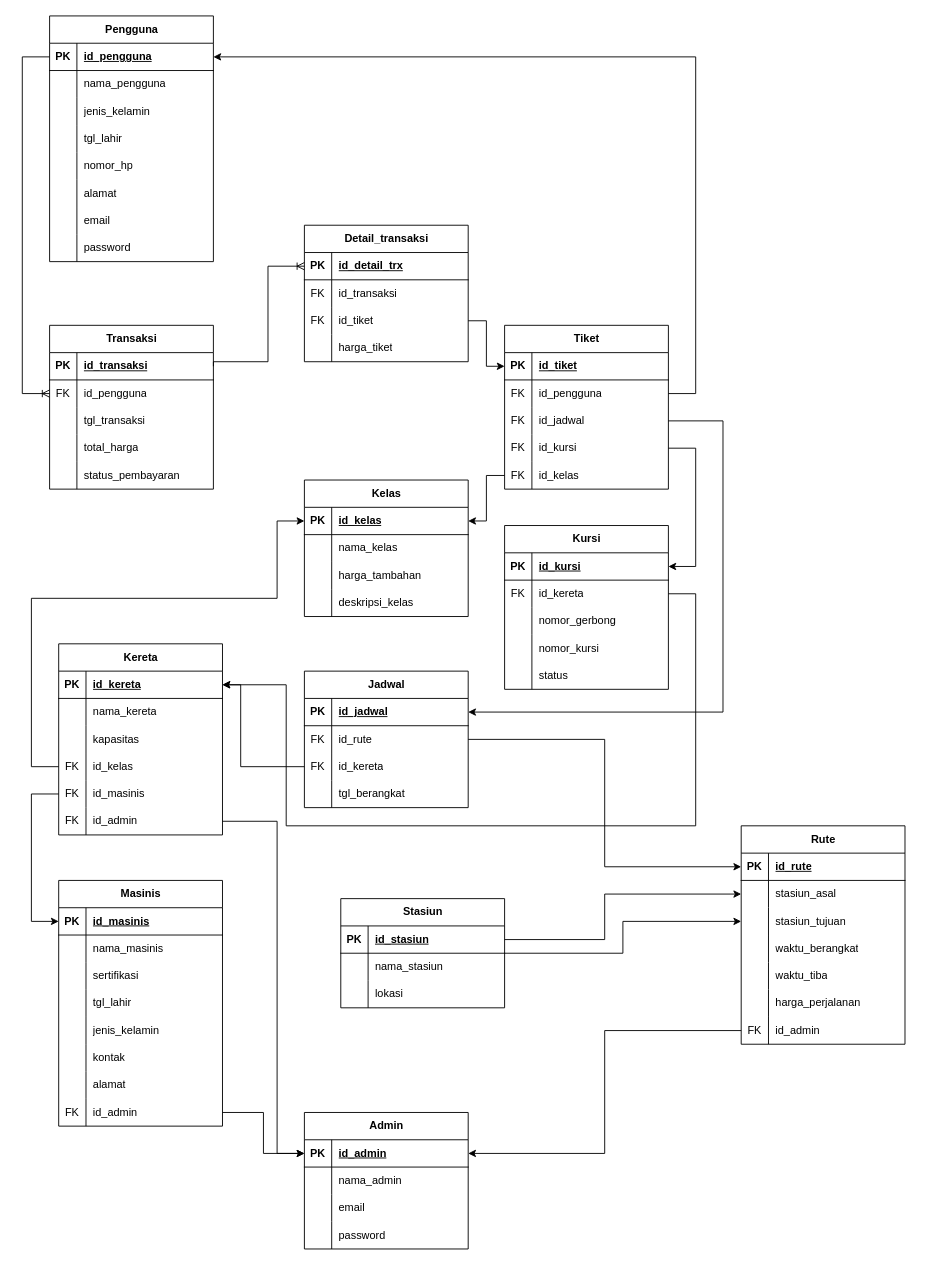
Earlier version of the draw.io diagram page "PDM" (2 of 2) of PraktikumBasis_Modul5.drawio (elikawicaksana/praktikum-basis-data). Source tidied: cells renumbered, new cells numbered last; positions are measured from the earlier drawing's top-left corner, leaving out a move shared by most shapes. Both pictures are drawn from the tidied source at 91%, with x=0, y=0 at pixel (22, 15).
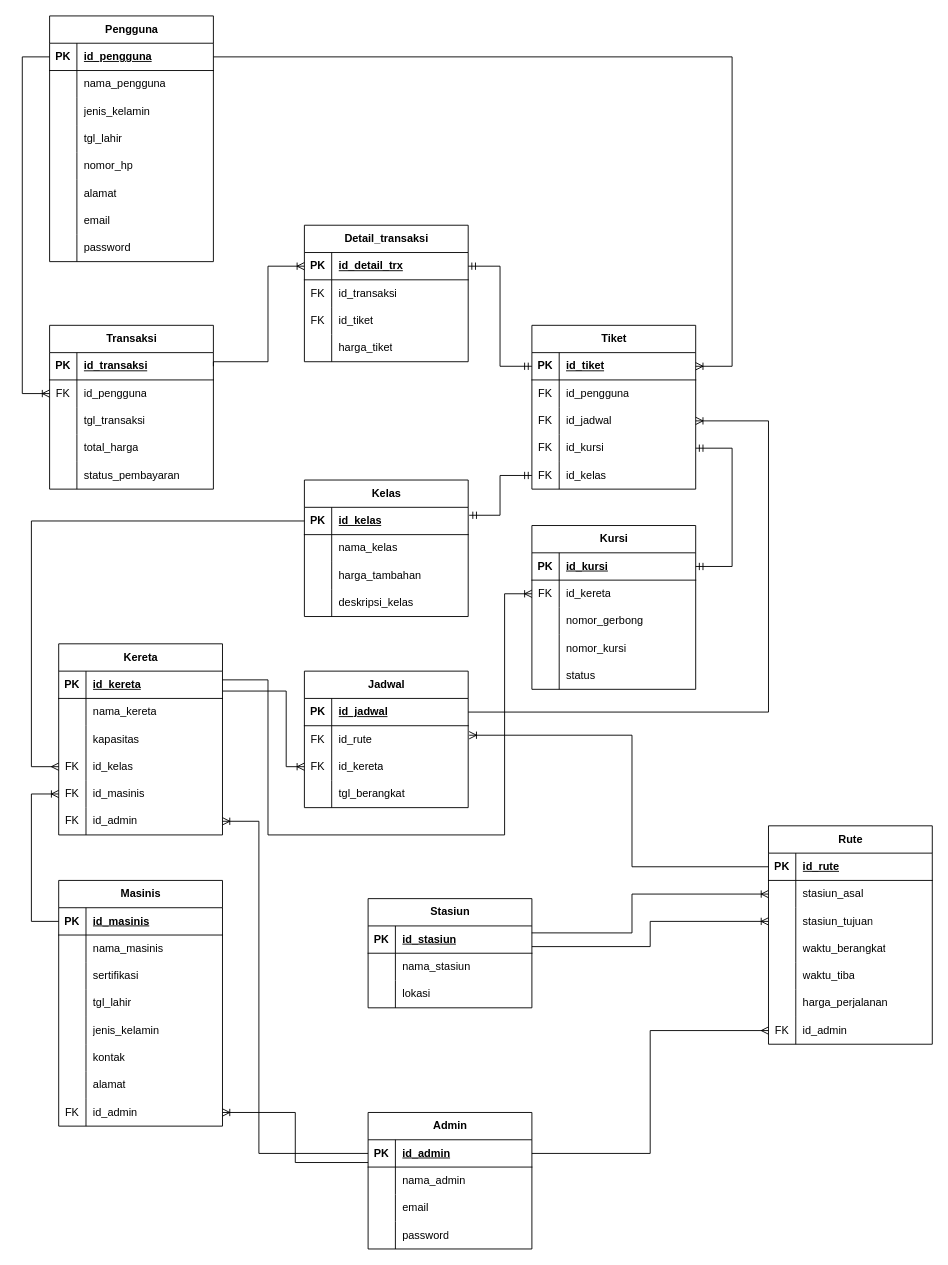
The same page after the edit.

Unchanged cells that the change refers to:
```xml
<mxCell id="3" style="shape=tableRow;horizontal=0;startSize=0;swimlaneHead=0;swimlaneBody=0;fillColor=none;points=[[0,0.5],[1,0.5]];portConstraint=eastwest;top=0;left=0;right=0;bottom=1;" parent="2" vertex="1">
<mxCell id="28" style="shape=tableRow;horizontal=0;startSize=0;swimlaneHead=0;swimlaneBody=0;fillColor=none;points=[[0,0.5],[1,0.5]];portConstraint=eastwest;top=0;left=0;right=0;bottom=1;" parent="27" vertex="1">
<mxCell id="41" style="shape=tableRow;horizontal=0;startSize=0;swimlaneHead=0;swimlaneBody=0;fillColor=none;points=[[0,0.5],[1,0.5]];portConstraint=eastwest;top=0;left=0;right=0;bottom=1;" parent="40" vertex="1">
<mxCell id="54" style="shape=tableRow;horizontal=0;startSize=0;swimlaneHead=0;swimlaneBody=0;fillColor=none;points=[[0,0.5],[1,0.5]];portConstraint=eastwest;top=0;left=0;right=0;bottom=1;" parent="53" vertex="1">
<mxCell id="63" style="shape=tableRow;horizontal=0;startSize=0;swimlaneHead=0;swimlaneBody=0;fillColor=none;points=[[0,0.5],[1,0.5]];portConstraint=eastwest;top=0;left=0;right=0;bottom=0;" parent="53" vertex="1">
<mxCell id="66" style="shape=tableRow;horizontal=0;startSize=0;swimlaneHead=0;swimlaneBody=0;fillColor=none;points=[[0,0.5],[1,0.5]];portConstraint=eastwest;top=0;left=0;right=0;bottom=0;" parent="53" vertex="1">
<mxCell id="69" style="shape=tableRow;horizontal=0;startSize=0;swimlaneHead=0;swimlaneBody=0;fillColor=none;points=[[0,0.5],[1,0.5]];portConstraint=eastwest;top=0;left=0;right=0;bottom=0;" parent="53" vertex="1">
<mxCell id="73" style="shape=tableRow;horizontal=0;startSize=0;swimlaneHead=0;swimlaneBody=0;fillColor=none;points=[[0,0.5],[1,0.5]];portConstraint=eastwest;top=0;left=0;right=0;bottom=1;" parent="72" vertex="1">
<mxCell id="94" style="shape=tableRow;horizontal=0;startSize=0;swimlaneHead=0;swimlaneBody=0;fillColor=none;points=[[0,0.5],[1,0.5]];portConstraint=eastwest;top=0;left=0;right=0;bottom=0;" parent="72" vertex="1">
<mxCell id="98" style="shape=tableRow;horizontal=0;startSize=0;swimlaneHead=0;swimlaneBody=0;fillColor=none;points=[[0,0.5],[1,0.5]];portConstraint=eastwest;top=0;left=0;right=0;bottom=1;" parent="97" vertex="1">
<mxCell id="108" style="shape=tableRow;horizontal=0;startSize=0;swimlaneHead=0;swimlaneBody=0;fillColor=none;points=[[0,0.5],[1,0.5]];portConstraint=eastwest;top=0;left=0;right=0;bottom=1;" parent="107" vertex="1">
<mxCell id="111" style="shape=tableRow;horizontal=0;startSize=0;swimlaneHead=0;swimlaneBody=0;fillColor=none;points=[[0,0.5],[1,0.5]];portConstraint=eastwest;top=0;left=0;right=0;bottom=0;" parent="107" vertex="1">
<mxCell id="114" style="shape=tableRow;horizontal=0;startSize=0;swimlaneHead=0;swimlaneBody=0;fillColor=none;points=[[0,0.5],[1,0.5]];portConstraint=eastwest;top=0;left=0;right=0;bottom=0;" parent="107" vertex="1">
<mxCell id="126" style="shape=tableRow;horizontal=0;startSize=0;swimlaneHead=0;swimlaneBody=0;fillColor=none;points=[[0,0.5],[1,0.5]];portConstraint=eastwest;top=0;left=0;right=0;bottom=0;" parent="107" vertex="1">
<mxCell id="130" style="shape=tableRow;horizontal=0;startSize=0;swimlaneHead=0;swimlaneBody=0;fillColor=none;points=[[0,0.5],[1,0.5]];portConstraint=eastwest;top=0;left=0;right=0;bottom=1;" parent="129" vertex="1">
<mxCell id="133" style="shape=tableRow;horizontal=0;startSize=0;swimlaneHead=0;swimlaneBody=0;fillColor=none;points=[[0,0.5],[1,0.5]];portConstraint=eastwest;top=0;left=0;right=0;bottom=0;" parent="129" vertex="1">
<mxCell id="146" style="shape=tableRow;horizontal=0;startSize=0;swimlaneHead=0;swimlaneBody=0;fillColor=none;points=[[0,0.5],[1,0.5]];portConstraint=eastwest;top=0;left=0;right=0;bottom=1;" parent="145" vertex="1">
<mxCell id="149" style="shape=tableRow;horizontal=0;startSize=0;swimlaneHead=0;swimlaneBody=0;fillColor=none;points=[[0,0.5],[1,0.5]];portConstraint=eastwest;top=0;left=0;right=0;bottom=0;" parent="145" vertex="1">
<mxCell id="162" style="shape=tableRow;horizontal=0;startSize=0;swimlaneHead=0;swimlaneBody=0;fillColor=none;points=[[0,0.5],[1,0.5]];portConstraint=eastwest;top=0;left=0;right=0;bottom=1;" parent="161" vertex="1">
<mxCell id="168" style="shape=tableRow;horizontal=0;startSize=0;swimlaneHead=0;swimlaneBody=0;fillColor=none;points=[[0,0.5],[1,0.5]];portConstraint=eastwest;top=0;left=0;right=0;bottom=0;" parent="161" vertex="1">
<mxCell id="175" style="shape=tableRow;horizontal=0;startSize=0;swimlaneHead=0;swimlaneBody=0;fillColor=none;points=[[0,0.5],[1,0.5]];portConstraint=eastwest;top=0;left=0;right=0;bottom=1;" parent="174" vertex="1">
<mxCell id="178" style="shape=tableRow;horizontal=0;startSize=0;swimlaneHead=0;swimlaneBody=0;fillColor=none;points=[[0,0.5],[1,0.5]];portConstraint=eastwest;top=0;left=0;right=0;bottom=0;" parent="174" vertex="1">
<mxCell id="181" style="shape=tableRow;horizontal=0;startSize=0;swimlaneHead=0;swimlaneBody=0;fillColor=none;points=[[0,0.5],[1,0.5]];portConstraint=eastwest;top=0;left=0;right=0;bottom=0;" parent="174" vertex="1">
<mxCell id="184" style="shape=tableRow;horizontal=0;startSize=0;swimlaneHead=0;swimlaneBody=0;fillColor=none;points=[[0,0.5],[1,0.5]];portConstraint=eastwest;top=0;left=0;right=0;bottom=0;" parent="174" vertex="1">
<mxCell id="187" style="shape=tableRow;horizontal=0;startSize=0;swimlaneHead=0;swimlaneBody=0;fillColor=none;points=[[0,0.5],[1,0.5]];portConstraint=eastwest;top=0;left=0;right=0;bottom=0;" parent="174" vertex="1">
<mxCell id="191" style="shape=tableRow;horizontal=0;startSize=0;swimlaneHead=0;swimlaneBody=0;fillColor=none;points=[[0,0.5],[1,0.5]];portConstraint=eastwest;top=0;left=0;right=0;bottom=1;" parent="190" vertex="1">
<mxCell id="194" style="shape=tableRow;horizontal=0;startSize=0;swimlaneHead=0;swimlaneBody=0;fillColor=none;points=[[0,0.5],[1,0.5]];portConstraint=eastwest;top=0;left=0;right=0;bottom=0;" parent="190" vertex="1">
<mxCell id="197" style="shape=tableRow;horizontal=0;startSize=0;swimlaneHead=0;swimlaneBody=0;fillColor=none;points=[[0,0.5],[1,0.5]];portConstraint=eastwest;top=0;left=0;right=0;bottom=0;" parent="190" vertex="1">
```

What changed in the source:
```diff
@@
     <mxCell id="27" value="Admin" style="shape=table;startSize=30;childLayout=tableLayout;rowLines=0;fontStyle=1;align=center;html=1;" parent="1" vertex="1">
-      <mxGeometry x="310" y="1205" width="180" height="150" as="geometry" />
+      <mxGeometry x="380" y="1205" width="180" height="150" as="geometry" />
     </mxCell>
@@
     <mxCell id="97" value="Stasiun" style="shape=table;startSize=30;childLayout=tableLayout;rowLines=0;fontStyle=1;align=center;html=1;" parent="1" vertex="1">
-      <mxGeometry x="350" y="970" width="180" height="120" as="geometry" />
+      <mxGeometry x="380" y="970" width="180" height="120" as="geometry" />
     </mxCell>
@@
     <mxCell id="107" value="Rute" style="shape=table;startSize=30;childLayout=tableLayout;rowLines=0;fontStyle=1;align=center;html=1;" parent="1" vertex="1">
-      <mxGeometry x="790" y="890" width="180" height="240" as="geometry" />
+      <mxGeometry x="820" y="890" width="180" height="240" as="geometry" />
     </mxCell>
@@
     <mxCell id="129" value="Kursi" style="shape=table;startSize=30;childLayout=tableLayout;rowLines=0;fontStyle=1;align=center;html=1;" parent="1" vertex="1">
-      <mxGeometry x="530" y="560" width="180" height="180" as="geometry" />
+      <mxGeometry x="560" y="560" width="180" height="180" as="geometry" />
     </mxCell>
@@
     <mxCell id="174" value="Tiket" style="shape=table;startSize=30;childLayout=tableLayout;rowLines=0;fontStyle=1;align=center;html=1;" parent="1" vertex="1">
-      <mxGeometry x="530" y="340" width="180" height="180" as="geometry" />
+      <mxGeometry x="560" y="340" width="180" height="180" as="geometry" />
     </mxCell>
@@
-    <mxCell id="203" style="edgeStyle=orthogonalEdgeStyle;rounded=0;jettySize=auto;html=1;entryX=0;entryY=0.5;entryDx=0;entryDy=0;" parent="1" edge="1" source="168" target="175">
-      <mxGeometry relative="1" as="geometry" />
-    </mxCell>
-    <mxCell id="204" style="edgeStyle=orthogonalEdgeStyle;rounded=0;jettySize=auto;html=1;entryX=1;entryY=0.5;entryDx=0;entryDy=0;" parent="1" edge="1" source="178" target="3">
-      <mxGeometry relative="1" as="geometry">
-        <Array as="points">
-          <mxPoint x="740" y="415" />
-          <mxPoint x="740" y="45" />
-        </Array>
-      </mxGeometry>
-    </mxCell>
-    <mxCell id="205" style="edgeStyle=orthogonalEdgeStyle;rounded=0;jettySize=auto;html=1;entryX=1;entryY=0.5;entryDx=0;entryDy=0;" parent="1" edge="1" source="181" target="191">
-      <mxGeometry relative="1" as="geometry">
-        <Array as="points">
-          <mxPoint x="770" y="445" />
-          <mxPoint x="770" y="765" />
-        </Array>
-      </mxGeometry>
-    </mxCell>
-    <mxCell id="206" style="edgeStyle=orthogonalEdgeStyle;rounded=0;jettySize=auto;html=1;entryX=1;entryY=0.5;entryDx=0;entryDy=0;" parent="1" edge="1" source="184" target="130">
-      <mxGeometry relative="1" as="geometry">
-        <Array as="points">
-          <mxPoint x="740" y="475" />
-          <mxPoint x="740" y="605" />
-        </Array>
-      </mxGeometry>
-    </mxCell>
-    <mxCell id="207" style="edgeStyle=orthogonalEdgeStyle;rounded=0;jettySize=auto;html=1;entryX=1;entryY=0.5;entryDx=0;entryDy=0;" parent="1" edge="1" source="187" target="41">
-      <mxGeometry relative="1" as="geometry" />
-    </mxCell>
-    <mxCell id="208" style="edgeStyle=orthogonalEdgeStyle;rounded=0;jettySize=auto;html=1;exitX=0;exitY=0.5;exitDx=0;exitDy=0;entryX=1;entryY=0.5;entryDx=0;entryDy=0;" parent="1" edge="1" source="197" target="54">
-      <mxGeometry relative="1" as="geometry">
-        <Array as="points">
-          <mxPoint x="240" y="825" />
-          <mxPoint x="240" y="735" />
-        </Array>
-      </mxGeometry>
-    </mxCell>
-    <mxCell id="209" style="edgeStyle=orthogonalEdgeStyle;rounded=0;jettySize=auto;html=1;entryX=0;entryY=0.5;entryDx=0;entryDy=0;" parent="1" edge="1" source="66" target="73">
-      <mxGeometry relative="1" as="geometry">
-        <Array as="points">
-          <mxPoint x="10" y="855" />
-          <mxPoint x="10" y="995" />
-        </Array>
-      </mxGeometry>
-    </mxCell>
-    <mxCell id="210" style="edgeStyle=orthogonalEdgeStyle;rounded=0;jettySize=auto;html=1;entryX=0;entryY=0.5;entryDx=0;entryDy=0;" parent="1" edge="1" source="63" target="41">
-      <mxGeometry relative="1" as="geometry">
-        <Array as="points">
-          <mxPoint x="10" y="825" />
-          <mxPoint x="10" y="640" />
-          <mxPoint x="280" y="640" />
-          <mxPoint x="280" y="555" />
-        </Array>
-      </mxGeometry>
-    </mxCell>
-    <mxCell id="211" style="edgeStyle=orthogonalEdgeStyle;rounded=0;jettySize=auto;html=1;entryX=0;entryY=0.5;entryDx=0;entryDy=0;" parent="1" edge="1" source="194" target="108">
-      <mxGeometry relative="1" as="geometry" />
-    </mxCell>
+    <mxCell id="218" style="edgeStyle=orthogonalEdgeStyle;fontSize=12;html=1;endArrow=ERoneToMany;rounded=0;exitX=0;exitY=0.5;exitDx=0;exitDy=0;entryX=0;entryY=0.5;entryDx=0;entryDy=0;" parent="1" edge="1" source="3" target="149">
+      <mxGeometry relative="1" as="geometry">
+        <Array as="points">
+          <mxPoint y="45" />
+          <mxPoint y="415" />
+        </Array>
+      </mxGeometry>
+    </mxCell>
+    <mxCell id="219" style="edgeStyle=orthogonalEdgeStyle;fontSize=12;html=1;endArrow=ERoneToMany;rounded=0;exitX=1;exitY=0.5;exitDx=0;exitDy=0;entryX=0;entryY=0.5;entryDx=0;entryDy=0;" parent="1" edge="1" source="146" target="162">
+      <mxGeometry relative="1" as="geometry">
+        <Array as="points">
+          <mxPoint x="210" y="380" />
+          <mxPoint x="270" y="380" />
+          <mxPoint x="270" y="275" />
+        </Array>
+      </mxGeometry>
+    </mxCell>
+    <mxCell id="220" style="edgeStyle=orthogonalEdgeStyle;fontSize=12;html=1;endArrow=ERmandOne;startArrow=ERmandOne;rounded=0;entryX=0;entryY=0.5;entryDx=0;entryDy=0;exitX=1;exitY=0.5;exitDx=0;exitDy=0;" parent="1" edge="1" source="162" target="175">
+      <mxGeometry relative="1" as="geometry" />
+    </mxCell>
+    <mxCell id="221" style="edgeStyle=orthogonalEdgeStyle;fontSize=12;html=1;endArrow=ERoneToMany;rounded=0;exitX=1;exitY=0.5;exitDx=0;exitDy=0;entryX=1;entryY=0.5;entryDx=0;entryDy=0;" parent="1" edge="1" source="3" target="175">
+      <mxGeometry relative="1" as="geometry">
+        <Array as="points">
+          <mxPoint x="780" y="45" />
+          <mxPoint x="780" y="385" />
+        </Array>
+      </mxGeometry>
+    </mxCell>
+    <mxCell id="222" style="edgeStyle=orthogonalEdgeStyle;fontSize=12;html=1;endArrow=ERmandOne;startArrow=ERmandOne;rounded=0;entryX=0;entryY=0.5;entryDx=0;entryDy=0;exitX=1.006;exitY=0.291;exitDx=0;exitDy=0;exitPerimeter=0;" parent="1" edge="1" source="41" target="187">
+      <mxGeometry relative="1" as="geometry" />
+    </mxCell>
+    <mxCell id="223" style="edgeStyle=orthogonalEdgeStyle;fontSize=12;html=1;endArrow=ERmandOne;startArrow=ERmandOne;rounded=0;entryX=1;entryY=0.5;entryDx=0;entryDy=0;exitX=1;exitY=0.25;exitDx=0;exitDy=0;" parent="1" edge="1" source="129" target="184">
+      <mxGeometry relative="1" as="geometry">
+        <Array as="points">
+          <mxPoint x="780" y="605" />
+          <mxPoint x="780" y="475" />
+        </Array>
+      </mxGeometry>
+    </mxCell>
+    <mxCell id="224" style="edgeStyle=orthogonalEdgeStyle;fontSize=12;html=1;endArrow=ERoneToMany;rounded=0;exitX=1;exitY=0.5;exitDx=0;exitDy=0;entryX=1;entryY=0.5;entryDx=0;entryDy=0;" parent="1" edge="1" target="181">
+      <mxGeometry relative="1" as="geometry">
+        <mxPoint x="490" y="765" as="sourcePoint" />
+        <Array as="points">
+          <mxPoint x="820" y="765" />
+          <mxPoint x="820" y="445" />
+        </Array>
+      </mxGeometry>
+    </mxCell>
+    <mxCell id="225" style="edgeStyle=orthogonalEdgeStyle;fontSize=12;html=1;endArrow=ERmany;rounded=0;exitX=0;exitY=0.5;exitDx=0;exitDy=0;entryX=0;entryY=0.5;entryDx=0;entryDy=0;" parent="1" edge="1" source="41" target="63">
+      <mxGeometry relative="1" as="geometry">
+        <Array as="points">
+          <mxPoint x="10" y="555" />
+          <mxPoint x="10" y="825" />
+        </Array>
+      </mxGeometry>
+    </mxCell>
+    <mxCell id="226" style="edgeStyle=orthogonalEdgeStyle;fontSize=12;html=1;endArrow=ERoneToMany;rounded=0;exitX=0;exitY=0.5;exitDx=0;exitDy=0;entryX=0;entryY=0.5;entryDx=0;entryDy=0;" parent="1" edge="1" source="73" target="66">
+      <mxGeometry relative="1" as="geometry">
+        <Array as="points">
+          <mxPoint x="10" y="995" />
+          <mxPoint x="10" y="855" />
+        </Array>
+      </mxGeometry>
+    </mxCell>
+    <mxCell id="227" style="edgeStyle=orthogonalEdgeStyle;fontSize=12;html=1;endArrow=ERoneToMany;rounded=0;exitX=0.999;exitY=0.32;exitDx=0;exitDy=0;exitPerimeter=0;entryX=0;entryY=0.5;entryDx=0;entryDy=0;" parent="1" edge="1" source="54" target="133">
+      <mxGeometry relative="1" as="geometry">
+        <Array as="points">
+          <mxPoint x="270" y="730" />
+          <mxPoint x="270" y="900" />
+          <mxPoint x="530" y="900" />
+          <mxPoint x="530" y="635" />
+        </Array>
+      </mxGeometry>
+    </mxCell>
+    <mxCell id="228" style="edgeStyle=orthogonalEdgeStyle;fontSize=12;html=1;endArrow=ERoneToMany;rounded=0;entryX=0;entryY=0.5;entryDx=0;entryDy=0;exitX=1.002;exitY=0.73;exitDx=0;exitDy=0;exitPerimeter=0;" parent="1" edge="1" source="54" target="197">
+      <mxGeometry relative="1" as="geometry">
+        <Array as="points">
+          <mxPoint x="290" y="742" />
+          <mxPoint x="290" y="825" />
+        </Array>
+      </mxGeometry>
+    </mxCell>
+    <mxCell id="229" style="edgeStyle=orthogonalEdgeStyle;fontSize=12;html=1;endArrow=ERoneToMany;rounded=0;exitX=0;exitY=0.5;exitDx=0;exitDy=0;entryX=1.006;entryY=0.348;entryDx=0;entryDy=0;entryPerimeter=0;" parent="1" edge="1" source="108" target="194">
+      <mxGeometry relative="1" as="geometry">
+        <Array as="points">
+          <mxPoint x="670" y="935" />
+          <mxPoint x="670" y="790" />
+        </Array>
+      </mxGeometry>
+    </mxCell>
+    <mxCell id="230" style="edgeStyle=orthogonalEdgeStyle;fontSize=12;html=1;endArrow=ERoneToMany;rounded=0;exitX=0;exitY=0.5;exitDx=0;exitDy=0;entryX=1;entryY=0.5;entryDx=0;entryDy=0;" parent="1" edge="1" source="28" target="69">
+      <mxGeometry relative="1" as="geometry">
+        <Array as="points">
+          <mxPoint x="260" y="1250" />
+          <mxPoint x="260" y="885" />
+        </Array>
+      </mxGeometry>
+    </mxCell>
+    <mxCell id="231" style="edgeStyle=orthogonalEdgeStyle;fontSize=12;html=1;endArrow=ERoneToMany;rounded=0;entryX=1;entryY=0.5;entryDx=0;entryDy=0;" parent="1" edge="1" target="94">
+      <mxGeometry relative="1" as="geometry">
+        <mxPoint x="380" y="1260" as="sourcePoint" />
+        <Array as="points">
+          <mxPoint x="300" y="1260" />
+          <mxPoint x="300" y="1205" />
+        </Array>
+      </mxGeometry>
+    </mxCell>
+    <mxCell id="232" style="edgeStyle=orthogonalEdgeStyle;fontSize=12;html=1;endArrow=ERmany;rounded=0;entryX=0;entryY=0.5;entryDx=0;entryDy=0;exitX=1;exitY=0.5;exitDx=0;exitDy=0;" parent="1" edge="1" source="28" target="126">
+      <mxGeometry relative="1" as="geometry" />
+    </mxCell>
-    <mxCell id="212" style="edgeStyle=orthogonalEdgeStyle;rounded=0;jettySize=auto;html=1;entryX=0;entryY=0.5;entryDx=0;entryDy=0;" parent="1" edge="1" source="98" target="111">
+    <mxCell id="212" style="edgeStyle=orthogonalEdgeStyle;fontSize=12;html=1;endArrow=ERoneToMany;rounded=0;exitX=0.999;exitY=0.255;exitDx=0;exitDy=0;exitPerimeter=0;entryX=0;entryY=0.5;entryDx=0;entryDy=0;" parent="1" edge="1" source="98" target="111">
       <mxGeometry relative="1" as="geometry">
         <Array as="points">
-          <mxPoint x="640" y="1015" />
-          <mxPoint x="640" y="965" />
+          <mxPoint x="670" y="1008" />
+          <mxPoint x="670" y="965" />
         </Array>
       </mxGeometry>
     </mxCell>
-    <mxCell id="213" style="edgeStyle=orthogonalEdgeStyle;rounded=0;jettySize=auto;html=1;entryX=0;entryY=0.5;entryDx=0;entryDy=0;" parent="1" edge="1" source="98" target="114">
+    <mxCell id="213" style="edgeStyle=orthogonalEdgeStyle;fontSize=12;html=1;endArrow=ERoneToMany;rounded=0;exitX=1;exitY=0.758;exitDx=0;exitDy=0;exitPerimeter=0;entryX=0;entryY=0.5;entryDx=0;entryDy=0;" parent="1" edge="1" source="98" target="114">
       <mxGeometry relative="1" as="geometry">
         <Array as="points">
-          <mxPoint x="660" y="1030" />
-          <mxPoint x="660" y="995" />
+          <mxPoint x="690" y="1023" />
+          <mxPoint x="690" y="995" />
         </Array>
       </mxGeometry>
     </mxCell>
-    <mxCell id="214" style="edgeStyle=orthogonalEdgeStyle;rounded=0;jettySize=auto;html=1;entryX=0;entryY=0.5;entryDx=0;entryDy=0;" parent="1" edge="1" source="94" target="28">
-      <mxGeometry relative="1" as="geometry" />
-    </mxCell>
-    <mxCell id="215" style="edgeStyle=orthogonalEdgeStyle;rounded=0;jettySize=auto;html=1;entryX=1;entryY=0.5;entryDx=0;entryDy=0;" parent="1" edge="1" source="126" target="28">
-      <mxGeometry relative="1" as="geometry" />
-    </mxCell>
-    <mxCell id="216" style="edgeStyle=orthogonalEdgeStyle;rounded=0;jettySize=auto;html=1;entryX=0;entryY=0.5;entryDx=0;entryDy=0;" parent="1" edge="1" source="69" target="28">
-      <mxGeometry relative="1" as="geometry">
-        <Array as="points">
-          <mxPoint x="280" y="885" />
-          <mxPoint x="280" y="1250" />
-        </Array>
-      </mxGeometry>
-    </mxCell>
-    <mxCell id="217" style="edgeStyle=orthogonalEdgeStyle;rounded=0;jettySize=auto;html=1;entryX=1;entryY=0.5;entryDx=0;entryDy=0;" parent="1" edge="1" source="133" target="54">
-      <mxGeometry relative="1" as="geometry">
-        <Array as="points">
-          <mxPoint x="740" y="635" />
-          <mxPoint x="740" y="890" />
-          <mxPoint x="290" y="890" />
-          <mxPoint x="290" y="735" />
-        </Array>
-      </mxGeometry>
-    </mxCell>
-    <mxCell id="218" style="edgeStyle=orthogonalEdgeStyle;fontSize=12;html=1;endArrow=ERoneToMany;rounded=0;exitX=0;exitY=0.5;exitDx=0;exitDy=0;entryX=0;entryY=0.5;entryDx=0;entryDy=0;" parent="1" edge="1" source="3" target="149">
-      <mxGeometry relative="1" as="geometry">
-        <Array as="points">
-          <mxPoint y="45" />
-          <mxPoint y="415" />
-        </Array>
-      </mxGeometry>
-    </mxCell>
-    <mxCell id="219" style="edgeStyle=orthogonalEdgeStyle;fontSize=12;html=1;endArrow=ERoneToMany;rounded=0;exitX=1;exitY=0.5;exitDx=0;exitDy=0;entryX=0;entryY=0.5;entryDx=0;entryDy=0;" parent="1" edge="1" source="146" target="162">
-      <mxGeometry relative="1" as="geometry">
-        <Array as="points">
-          <mxPoint x="210" y="380" />
-          <mxPoint x="270" y="380" />
-          <mxPoint x="270" y="275" />
-        </Array>
-      </mxGeometry>
-    </mxCell>
```
